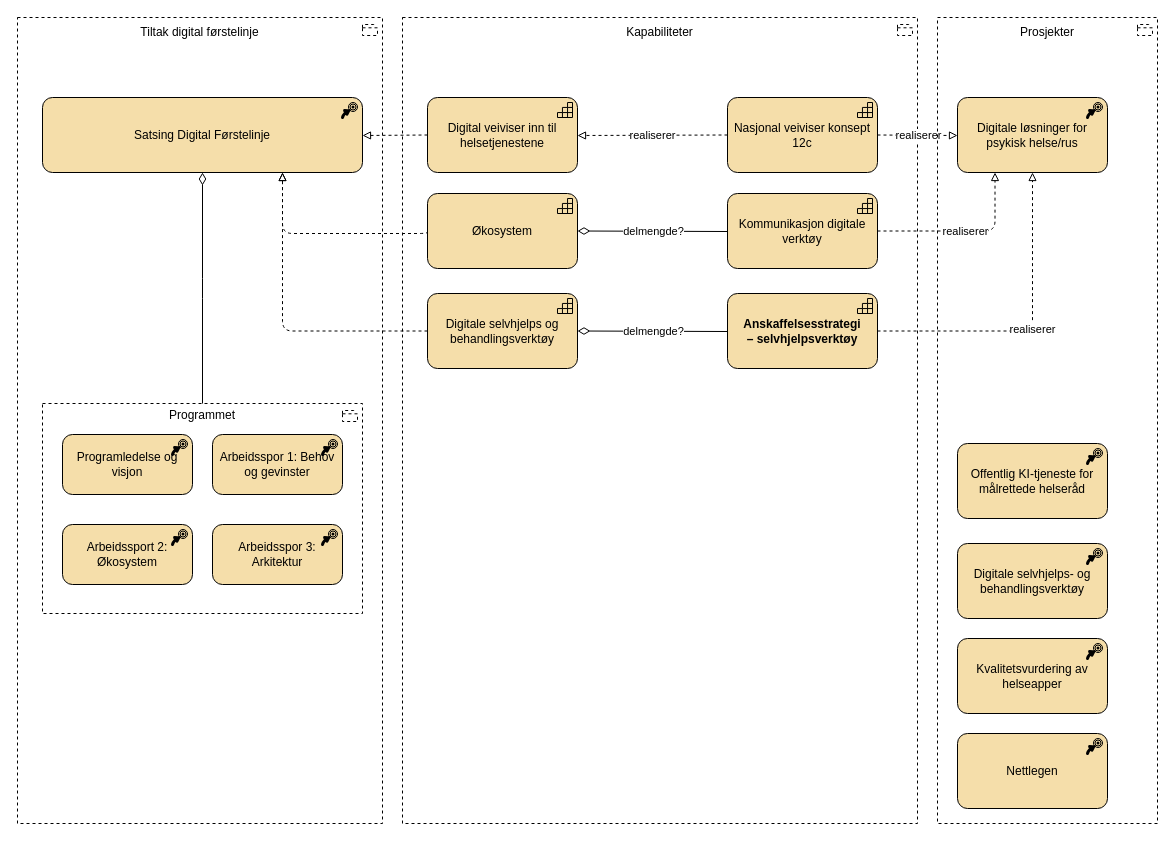
hdir/Digital-Forstelinje keeps this draw.io diagram as docs/strategi/tiltak-kapabiliteter.drawio. Above is the earlier version. Source tidied: cells renumbered, new cells numbered last; positions are measured from the earlier drawing's top-left corner, leaving out a move shared by most shapes. Both pictures are drawn from the tidied source at 100%, with x=0, y=0 at pixel (17, 17).
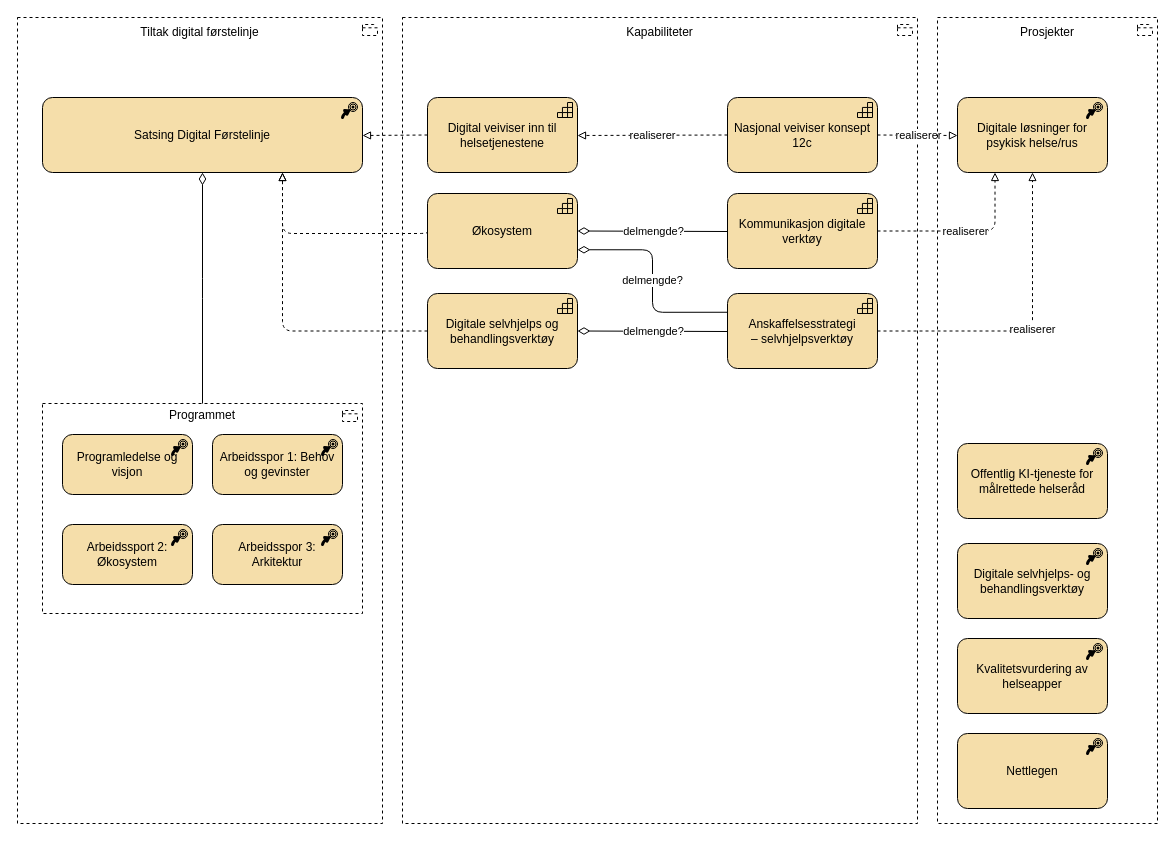
The same diagram, later.

The change refers to these unchanged cells:
```xml
<mxCell id="17" value="&lt;span style=&quot;color: rgb(0, 0, 0);&quot;&gt;Økosystem&lt;/span&gt;" style="html=1;outlineConnect=0;whiteSpace=wrap;fillColor=#F5DEAA;shape=mxgraph.archimate3.application;appType=capability;archiType=rounded;" parent="1" vertex="1">
  <mxGeometry x="410" y="176" width="150" height="75" as="geometry" />
</mxCell>
```

What changed in the source:
```diff
@@
-    <mxCell id="27" value="&lt;p class=&quot;MsoNormal&quot;&gt;&lt;b&gt;Anskaffelsesstrategi&lt;br/&gt;– selvhjelpsverktøy&lt;/b&gt;&lt;/p&gt;" style="html=1;outlineConnect=0;whiteSpace=wrap;fillColor=#F5DEAA;shape=mxgraph.archimate3.application;appType=capability;archiType=rounded;" parent="1" vertex="1">
+    <mxCell id="27" value="&lt;p class=&quot;MsoNormal&quot;&gt;Anskaffelsesstrategi&lt;br&gt;– selvhjelpsverktøy&lt;/p&gt;" style="html=1;outlineConnect=0;whiteSpace=wrap;fillColor=#F5DEAA;shape=mxgraph.archimate3.application;appType=capability;archiType=rounded;" parent="1" vertex="1">
       <mxGeometry x="710" y="276" width="150" height="75" as="geometry" />
     </mxCell>
@@
+    <mxCell id="32" value="delmengde?" style="html=1;startArrow=diamondThin;startFill=0;edgeStyle=orthogonalEdgeStyle;elbow=vertical;startSize=10;endArrow=none;endFill=0;exitX=1;exitY=0.75;exitDx=0;exitDy=0;exitPerimeter=0;entryX=0;entryY=0.25;entryDx=0;entryDy=0;entryPerimeter=0;" parent="1" edge="1" source="17" target="27">
+      <mxGeometry relative="1" as="geometry" />
+    </mxCell>
```
